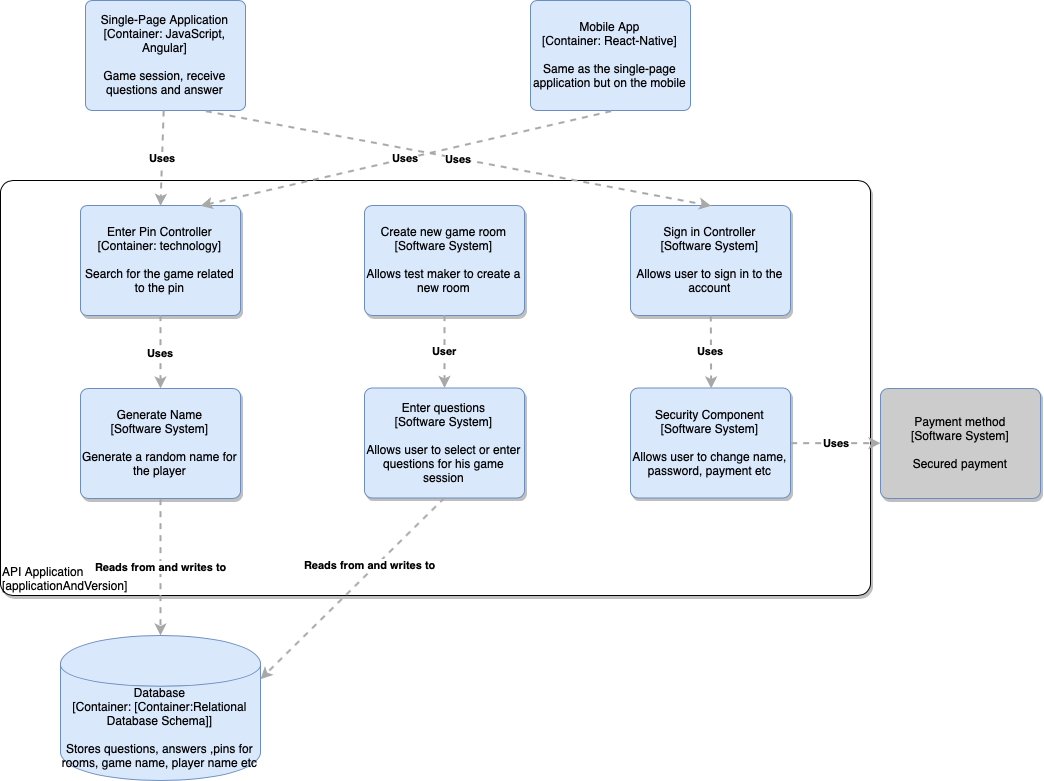
Above: C4-L3.png in vladbarbu/IP-S4 (draw.io), before the change. Source tidied: cells renumbered, new cells last; positions are measured from the earlier drawing's top-left corner, leaving out a move shared by most shapes.
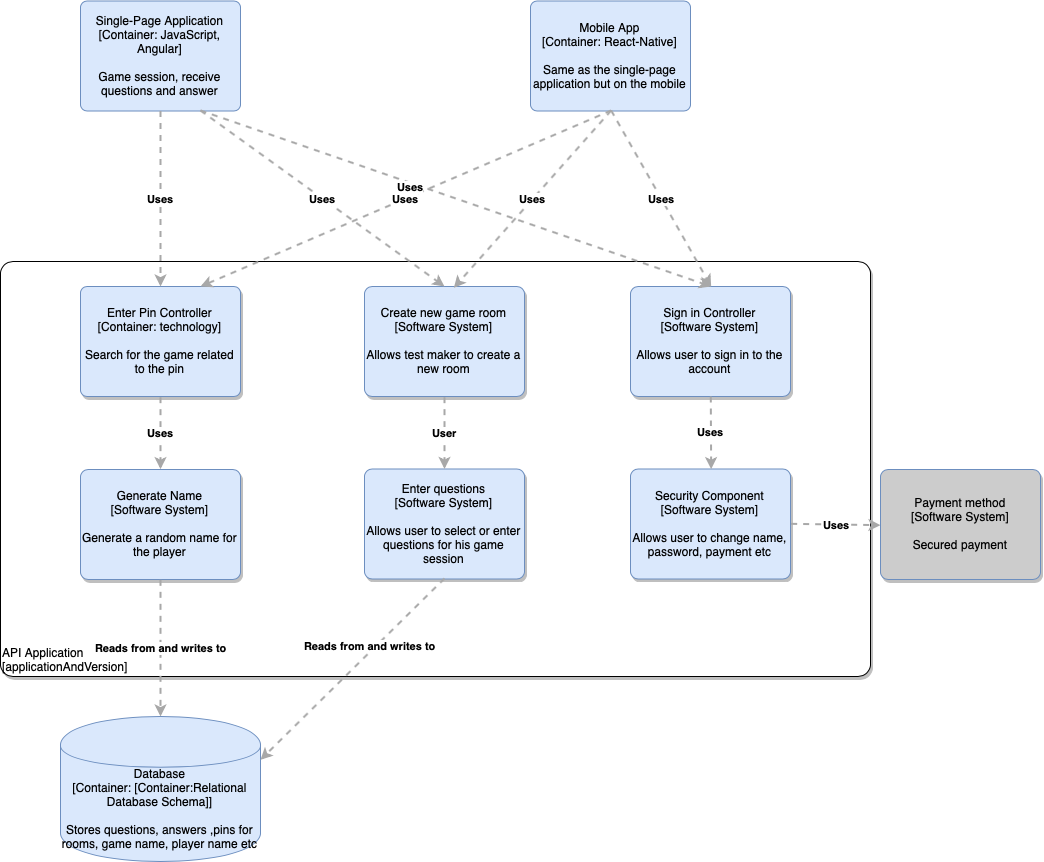
Above is the later version.

The edit, as a diff of the source:
```diff
@@ -9,12 +9,12 @@
     </object>
     <object id="3" label="&lt;span&gt;Single-Page Application&lt;/span&gt;&lt;div&gt;[Container:&amp;nbsp;&lt;span&gt;JavaScript, Angular&lt;/span&gt;&lt;span&gt;]&lt;/span&gt;&lt;/div&gt;&lt;div&gt;&lt;br&gt;&lt;/div&gt;&lt;div&gt;Game session, receive questions and answer&lt;/div&gt;" c4Description="Game session, receive questions and answer" c4Name="Single-Page Application" c4Technology="JavaScript, Angular" c4Type="Container" placeholders="1">
       <mxCell style="rounded=1;whiteSpace=wrap;html=1;labelBackgroundColor=none;fillColor=#dae8fc;fontColor=#000000;align=center;arcSize=6;strokeColor=#6c8ebf;" parent="1" vertex="1">
-        <mxGeometry x="85" width="160" height="110" as="geometry" />
+        <mxGeometry x="80" y="-80.5" width="160" height="110" as="geometry" />
       </mxCell>
     </object>
     <object id="4" label="&lt;span&gt;Mobile App&lt;/span&gt;&lt;div&gt;[Container:&amp;nbsp;&lt;span&gt;React-Native&lt;/span&gt;&lt;span&gt;]&lt;/span&gt;&lt;/div&gt;&lt;div&gt;&lt;br&gt;&lt;/div&gt;&lt;div&gt;Same as the single-page application but on the mobile&lt;/div&gt;" c4Description="Same as the single-page application but on the mobile" c4Name="Mobile App" c4Technology="React-Native" c4Type="Container" placeholders="1">
       <mxCell style="rounded=1;whiteSpace=wrap;html=1;labelBackgroundColor=none;fillColor=#dae8fc;fontColor=#000000;align=center;arcSize=6;strokeColor=#6c8ebf;" parent="1" vertex="1">
-        <mxGeometry x="530" width="160" height="110" as="geometry" />
+        <mxGeometry x="530" y="-80.5" width="160" height="110" as="geometry" />
       </mxCell>
     </object>
     <object id="5" label="&lt;div style=&quot;text-align: left&quot;&gt;API Application&lt;/div&gt;&lt;div style=&quot;text-align: left&quot;&gt;[applicationAndVersion]&lt;/div&gt;" c4Application="applicationAndVersion" c4Name="API Application" c4Type="ExecutionEnvironment" placeholders="1">
@@ -50,7 +50,9 @@
       </mxCell>
     </object>
     <mxCell id="13" value="&lt;div style=&quot;text-align: left&quot;&gt;&lt;div style=&quot;text-align: center&quot;&gt;&lt;b&gt;Uses&lt;/b&gt;&lt;/div&gt;&lt;/div&gt;" style="edgeStyle=none;rounded=0;html=1;entryX=0.5;entryY=0;jettySize=auto;strokeColor=#A8A8A8;strokeWidth=2;fontColor=#000000;jumpStyle=none;dashed=1;exitX=0.75;exitY=1;exitDx=0;exitDy=0;entryDx=0;entryDy=0;" parent="1" edge="1" source="3" target="12">
-      <mxGeometry relative="1" as="geometry" />
+      <mxGeometry x="-0.17" y="-3" relative="1" as="geometry">
+        <mxPoint y="1" as="offset" />
+      </mxGeometry>
     </mxCell>
     <object id="14" label="Security Component&lt;div&gt;[Software System]&lt;/div&gt;&lt;div&gt;&lt;br&gt;&lt;/div&gt;&lt;div&gt;Allows user to change name, password, payment etc" c4Description="Allows user to change name, password, payment etc" c4Name="Security Component" c4Type="SoftwareSystem" placeholders="1">
       <mxCell style="rounded=1;whiteSpace=wrap;html=1;labelBackgroundColor=none;fillColor=#dae8fc;fontColor=#000000;align=center;arcSize=7;strokeColor=#6c8ebf;shadow=1;" parent="1" vertex="1">
@@ -84,5 +86,14 @@
     <mxCell id="21" value="&lt;div style=&quot;text-align: left&quot;&gt;&lt;div style=&quot;text-align: center&quot;&gt;&lt;b&gt;Reads from and writes to&lt;/b&gt;&lt;/div&gt;&lt;/div&gt;" style="edgeStyle=none;rounded=0;html=1;entryX=1;entryY=0.3;jettySize=auto;strokeColor=#A8A8A8;strokeWidth=2;fontColor=#000000;jumpStyle=none;dashed=1;entryDx=0;entryDy=0;exitX=0.5;exitY=1;exitDx=0;exitDy=0;" parent="1" edge="1" source="19" target="2">
       <mxGeometry x="-0.22" y="-4" relative="1" as="geometry" />
     </mxCell>
+    <mxCell id="22" value="&lt;div style=&quot;text-align: left&quot;&gt;&lt;div style=&quot;text-align: center&quot;&gt;&lt;b&gt;Uses&lt;/b&gt;&lt;/div&gt;&lt;/div&gt;" style="edgeStyle=none;rounded=0;html=1;entryX=0.5;entryY=0;jettySize=auto;strokeColor=#A8A8A8;strokeWidth=2;fontColor=#000000;jumpStyle=none;dashed=1;exitX=0.75;exitY=1;exitDx=0;exitDy=0;entryDx=0;entryDy=0;" parent="1" edge="1" source="3" target="18">
+      <mxGeometry relative="1" as="geometry" />
+    </mxCell>
+    <mxCell id="23" value="&lt;div style=&quot;text-align: left&quot;&gt;&lt;div style=&quot;text-align: center&quot;&gt;&lt;b&gt;Uses&lt;/b&gt;&lt;/div&gt;&lt;/div&gt;" style="edgeStyle=none;rounded=0;html=1;entryX=0.558;entryY=0.012;jettySize=auto;strokeColor=#A8A8A8;strokeWidth=2;fontColor=#000000;jumpStyle=none;dashed=1;exitX=0.5;exitY=1;exitDx=0;exitDy=0;entryDx=0;entryDy=0;entryPerimeter=0;" parent="1" edge="1" source="4" target="18">
+      <mxGeometry relative="1" as="geometry" />
+    </mxCell>
+    <mxCell id="24" value="&lt;div style=&quot;text-align: left&quot;&gt;&lt;div style=&quot;text-align: center&quot;&gt;&lt;b&gt;Uses&lt;/b&gt;&lt;/div&gt;&lt;/div&gt;" style="edgeStyle=none;rounded=0;html=1;entryX=0.5;entryY=0;jettySize=auto;strokeColor=#A8A8A8;strokeWidth=2;fontColor=#000000;jumpStyle=none;dashed=1;exitX=0.5;exitY=1;exitDx=0;exitDy=0;entryDx=0;entryDy=0;" parent="1" edge="1" source="4" target="12">
+      <mxGeometry relative="1" as="geometry" />
+    </mxCell>
   </root>
 </mxGraphModel>
```
